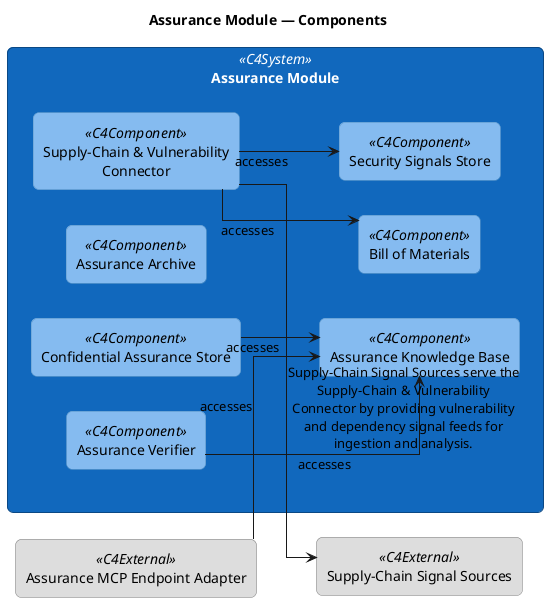
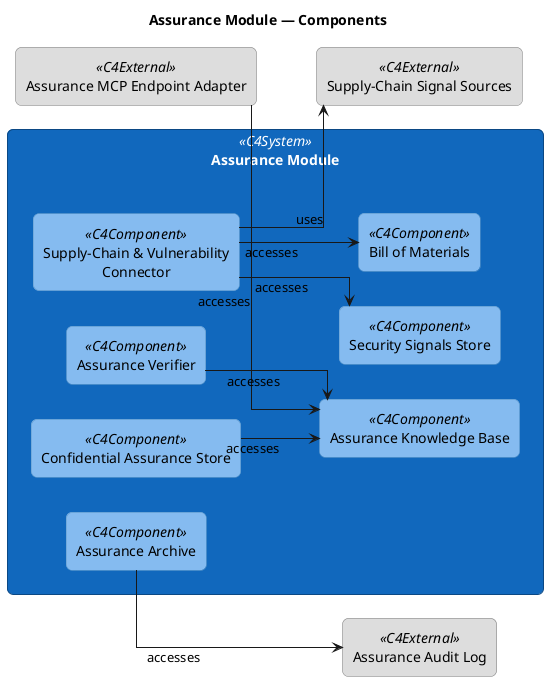
---
artifact-id: CC@1780829796.SOoZQh.assurance-module-components
artifact-type: diagram
name: "Assurance Module \u2014 Components"
version: 0.1.0
status: draft
keywords:
- c4
- component
- assurance
diagram-type: c4-component
entity-ids-used:
- APP@1780656430.m-U5S1.assurance-mcp-endpoint-adapter
- APP@1780656431.E0fzqZ.confidential-assurance-store
- APP@1780656431.GnsLC8.assurance-archive
- APP@1780656431.XFD85E.assurance-verifier
- APP@1780656431.e2zPs6.supply-chain-vulnerability-connector
- APP@1780783993.JqIBPJ.supply-chain-signal-sources
- DOB@1780656431.ApaPcg.assurance-knowledge-base
- DOB@1780656431.dRnK-o.bill-of-materials
- DOB@1780656431.p04R7k.security-signals-store
- GRP@1780819145.rW_2nX.assurance-module
+ - DOB@1780656431.H-xFye.assurance-audit-log
connection-ids-used:
- APP@1780656430.m-U5S1.assurance-mcp-endpoint-adapter---DOB@1780656431.ApaPcg.assurance-knowledge-base@@archimate-access
- APP@1780656431.E0fzqZ.confidential-assurance-store---DOB@1780656431.ApaPcg.assurance-knowledge-base@@archimate-access
- APP@1780656431.XFD85E.assurance-verifier---DOB@1780656431.ApaPcg.assurance-knowledge-base@@archimate-access
- APP@1780656431.e2zPs6.supply-chain-vulnerability-connector---DOB@1780656431.dRnK-o.bill-of-materials@@archimate-access
- APP@1780656431.e2zPs6.supply-chain-vulnerability-connector---DOB@1780656431.p04R7k.security-signals-store@@archimate-access
- APP@1780783993.JqIBPJ.supply-chain-signal-sources---APP@1780656431.e2zPs6.supply-chain-vulnerability-connector@@archimate-serving
+ - APP@1780656431.GnsLC8.assurance-archive---DOB@1780656431.H-xFye.assurance-audit-log@@archimate-access
diagram-entities: {}
bindings:
- id: bind-scope
  subject:
    kind: diagram
  correspondence_kind: scoped-by
  target:
    entity_id: GRP@1780819145.rW_2nX.assurance-module
last-updated: '2026-06-07'
---
@startuml assurance-module---components
left to right direction
skinparam shadowing false
skinparam linetype ortho
skinparam defaultTextAlignment center
skinparam wrapWidth 240
skinparam maxMessageSize 240
skinparam rectangle {
  RoundCorner 12
  Padding 10
}
skinparam actor {
  BackgroundColor #08427b
  BorderColor #052e56
  FontColor white
}
skinparam rectangle<<C4System>> {
  BackgroundColor #1168bd
  BorderColor #0b4884
  FontColor white
}
skinparam rectangle<<C4Container>> {
  BackgroundColor #438dd5
  BorderColor #2f6da6
  FontColor white
}
skinparam rectangle<<C4Component>> {
  BackgroundColor #85bbf0
  BorderColor #5e98c8
  FontColor black
}
skinparam rectangle<<C4External>> {
  BackgroundColor #dddddd
  BorderColor #777777
  FontColor black
}

title Assurance Module — Components

rectangle "Assurance Module" <<C4System>> as GRP_rW_2nX {
  rectangle "Confidential Assurance Store" <<C4Component>> as APP_E0fzqZ
  rectangle "Assurance Archive" <<C4Component>> as APP_GnsLC8
  rectangle "Assurance Verifier" <<C4Component>> as APP_XFD85E
  rectangle "Supply-Chain & Vulnerability Connector" <<C4Component>> as APP_e2zPs6
  rectangle "Assurance Knowledge Base" <<C4Component>> as DOB_ApaPcg
  rectangle "Bill of Materials" <<C4Component>> as DOB_dRnK_o
  rectangle "Security Signals Store" <<C4Component>> as DOB_p04R7k
  APP_E0fzqZ -[hidden]right- APP_GnsLC8
  APP_GnsLC8 -[hidden]right- APP_XFD85E
  APP_XFD85E -[hidden]right- APP_e2zPs6
  APP_e2zPs6 -[hidden]right- DOB_ApaPcg
  DOB_ApaPcg -[hidden]right- DOB_dRnK_o
  DOB_dRnK_o -[hidden]right- DOB_p04R7k

}

rectangle "Assurance MCP Endpoint Adapter" <<C4External>> as APP_m_U5S1
rectangle "Supply-Chain Signal Sources" <<C4External>> as APP_JqIBPJ
+ rectangle "Assurance Audit Log" <<C4External>> as DOB_H_xFye

GRP_rW_2nX -[hidden]right- APP_m_U5S1
APP_m_U5S1 -[hidden]right- APP_JqIBPJ
+ APP_JqIBPJ -[hidden]right- DOB_H_xFye


APP_m_U5S1 --> DOB_ApaPcg : accesses
APP_E0fzqZ --> DOB_ApaPcg : accesses
+ APP_GnsLC8 --> DOB_H_xFye : accesses
APP_XFD85E --> DOB_ApaPcg : accesses
APP_e2zPs6 --> DOB_dRnK_o : accesses
APP_e2zPs6 --> DOB_p04R7k : accesses
- APP_e2zPs6 --> APP_JqIBPJ : Supply-Chain Signal Sources serve the Supply-Chain & Vulnerability Connector by providing vulnerability and dependency signal feeds for ingestion and analysis.
+ APP_e2zPs6 --> APP_JqIBPJ : uses
@enduml
